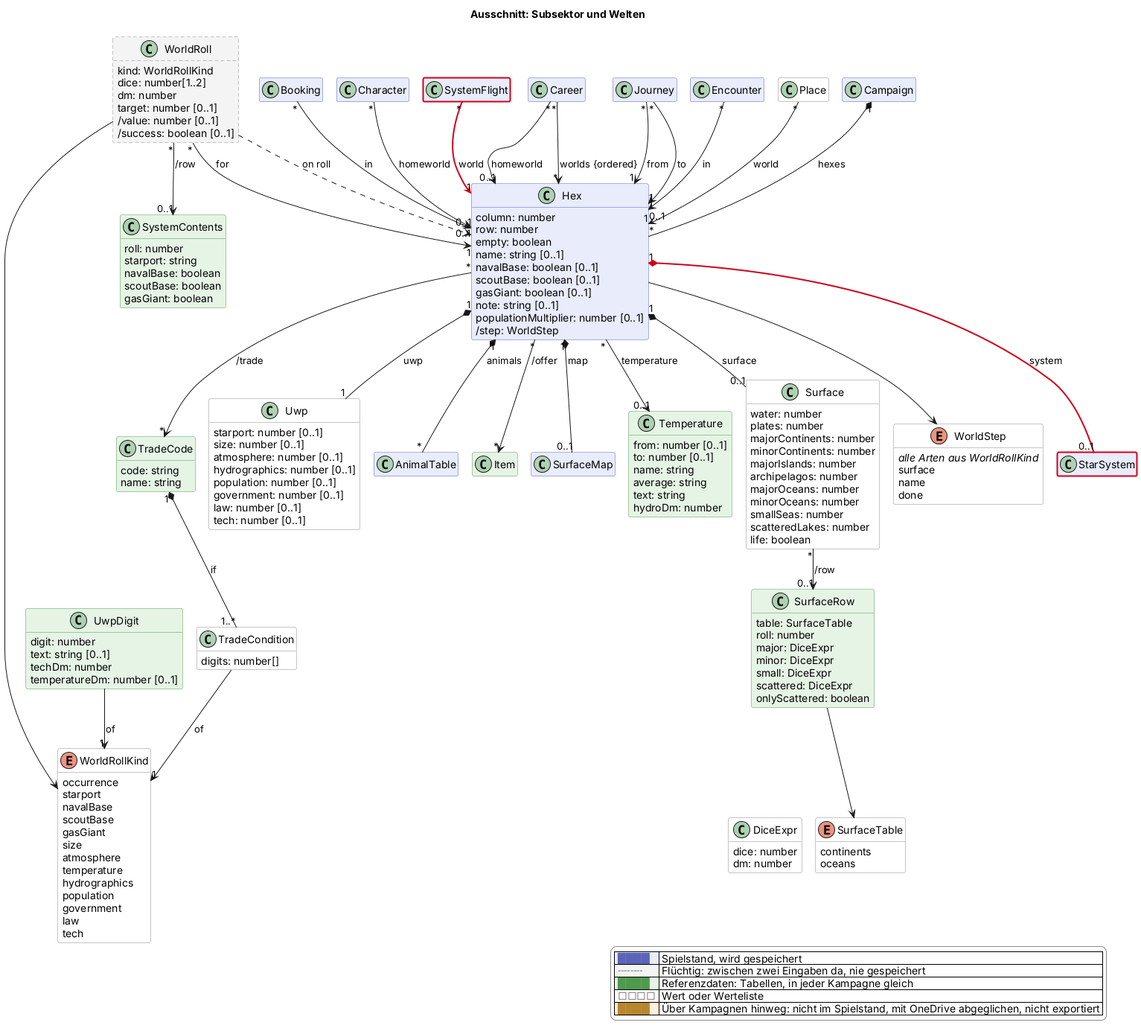
Earlier version of the PlantUML export docs/views/sektor.png (scuzzar/SRE).
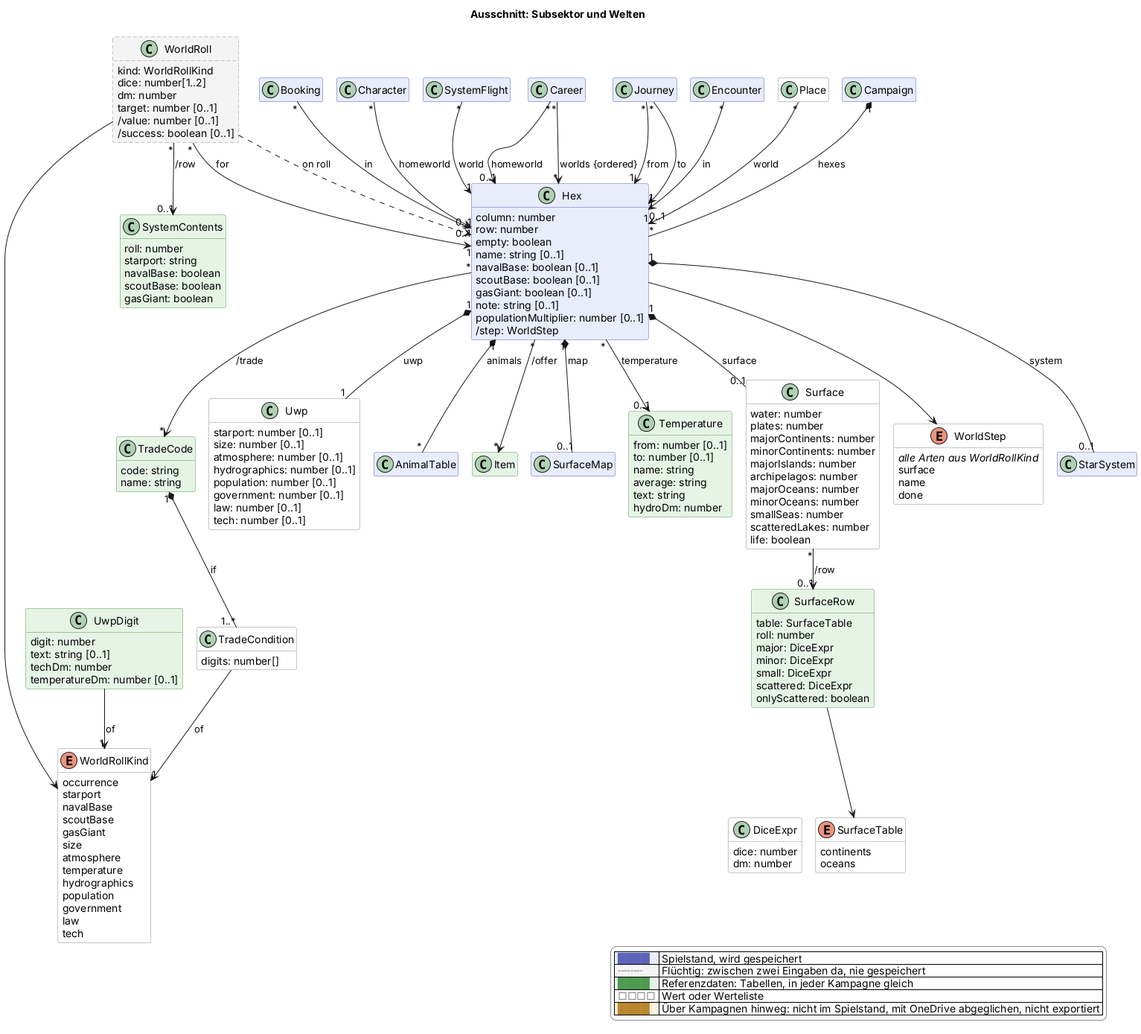
The same diagram one commit later.

The edit, as a diff of the source:
```diff
@@ -74,8 +74,8 @@
   class Character $charakter
 
 
-  class SystemFlight $raum $newClass("2026-11-18")
-  class StarSystem $raum $newClass("2026-11-18b")
+  class SystemFlight $raum
+  class StarSystem $raum
 
   class Career $erschaffung
 
@@ -202,8 +202,8 @@
 Booking "*" --> "0..1" Hex : in
 
 
-SystemFlight "*" -$newArrow("2026-11-18")-> "1" Hex : world
-Hex "1" *-$newArrow("2026-11-18b")- "0..1" StarSystem : system
+SystemFlight "*" --> "1" Hex : world
+Hex "1" *-- "0..1" StarSystem : system
 
 Journey "*" --> "1" Hex : from
 Journey "*" --> "1" Hex : to
```
